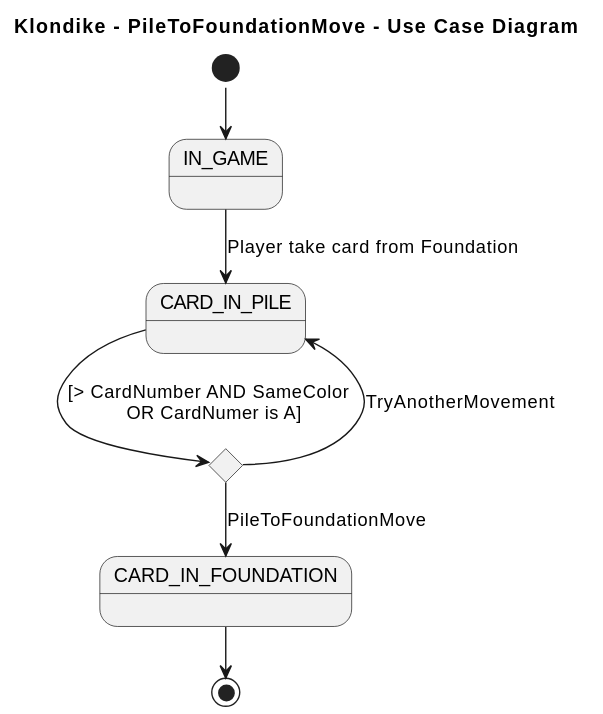
The PlantUML diagram out/2 Modelo de vistas de caso de uso/Diagrama de caso de uso - PileToFoundationMove/UCPileToPileMove.svg in AngelOS95P/Maestria_IngSoftware_grupo6, before a commit.
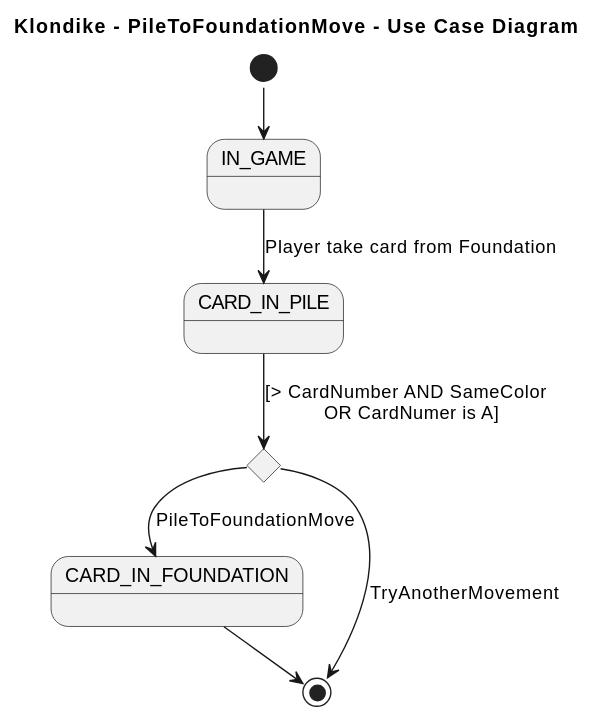
The same file after the commit.

The edit, as a diff of the source:
```diff
@@ -11,7 +11,7 @@
 IN_GAME --> CARD_IN_PILE: Player take card from Foundation
 CARD_IN_PILE --> if: [> CardNumber AND SameColor \n OR CardNumer is A]
 if --> CARD_IN_FOUNDATION: PileToFoundationMove
-if --> CARD_IN_PILE: TryAnotherMovement
+if --> [*]: TryAnotherMovement
 CARD_IN_FOUNDATION--> [*]
 
 @enduml
```
